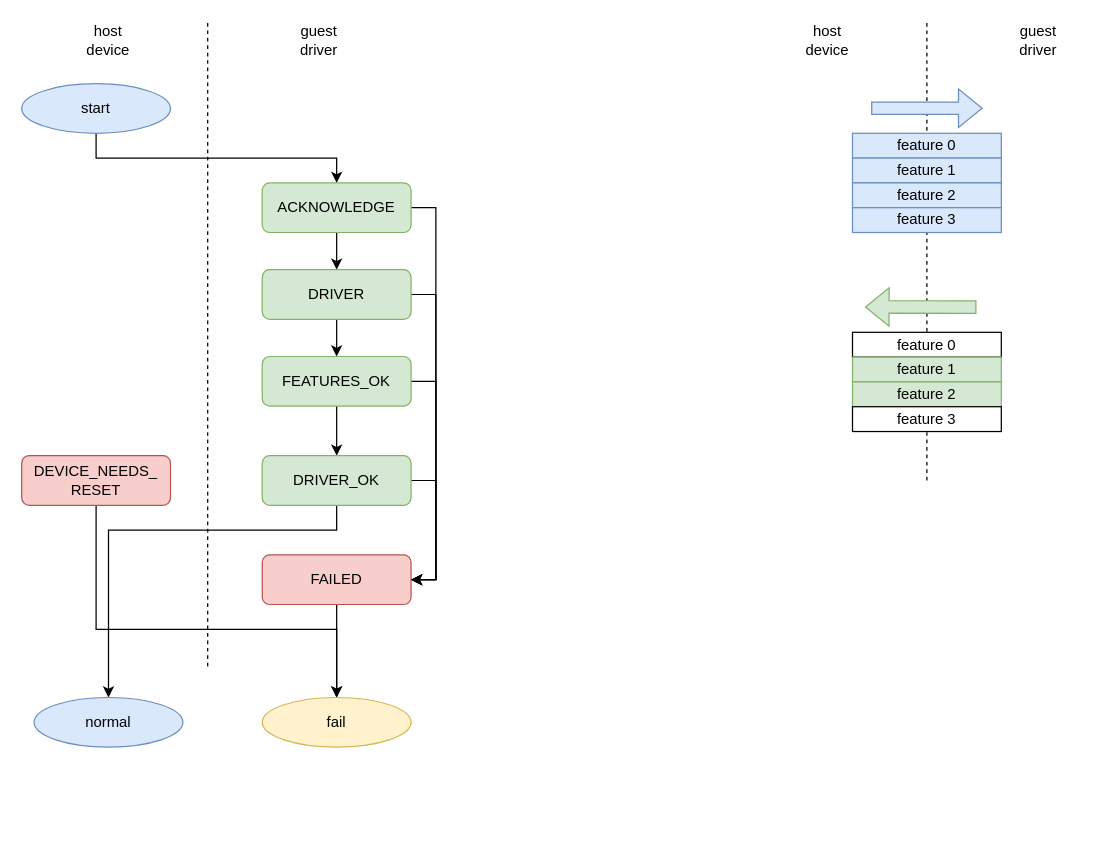
This is doc/pic/virtio-spec.drawio from AlanoSong/virtio-spec-zh, a draw.io file, before an edit. Source tidied: cells renumbered, new cells numbered last; positions are measured from the earlier drawing's top-left corner, leaving out a move shared by most shapes. Both pictures are drawn from the tidied source at 124%, with x=0, y=0 at pixel (21, 21).
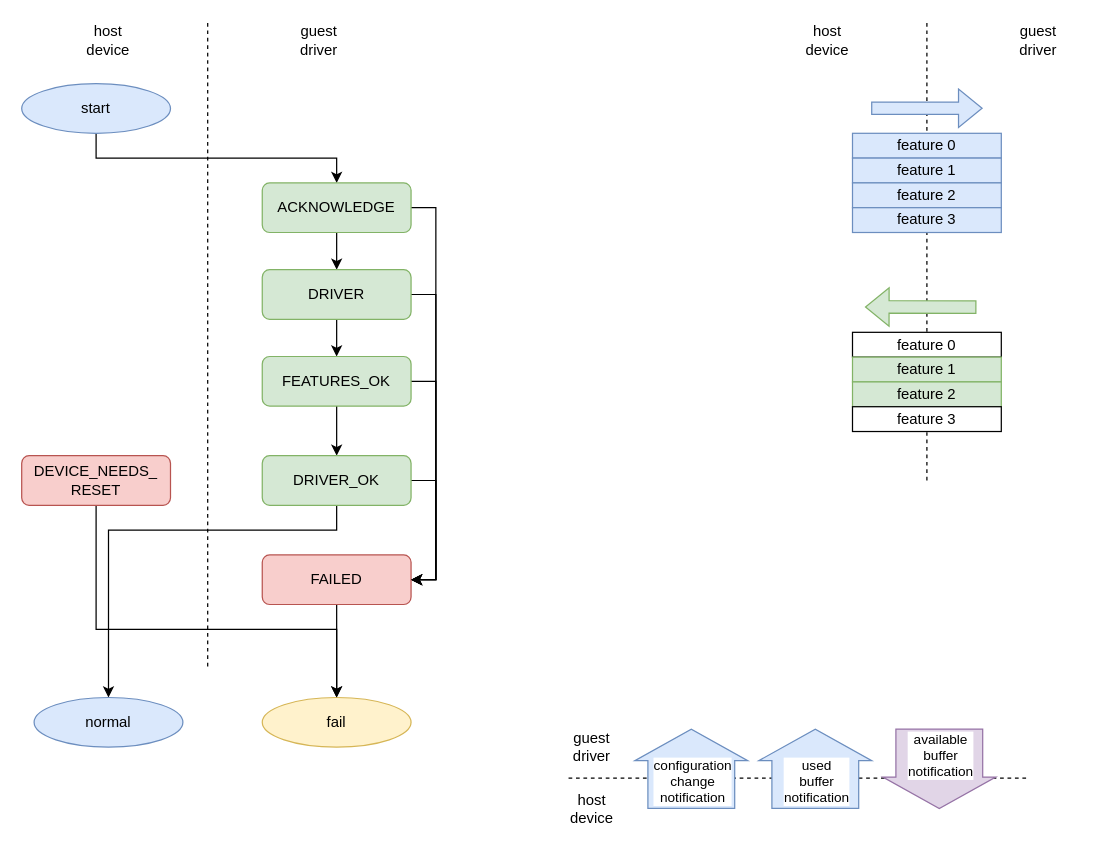
The same page after the edit.

Diff of the diagram source:
```diff
@@
+    <mxCell id="38" style="endArrow=none;dashed=1;html=1;rounded=0;" parent="1" edge="1">
+      <mxGeometry relative="1" as="geometry">
+        <mxPoint x="810" y="610" as="sourcePoint" />
+        <mxPoint x="440" y="610" as="targetPoint" />
+      </mxGeometry>
+    </mxCell>
+    <mxCell id="39" value="host device" style="text;html=1;whiteSpace=wrap;strokeColor=none;fillColor=none;align=center;verticalAlign=middle;rounded=0;" parent="1" vertex="1">
+      <mxGeometry x="430" y="620" width="60" height="30" as="geometry" />
+    </mxCell>
+    <mxCell id="40" value="guest driver" style="text;html=1;whiteSpace=wrap;strokeColor=none;fillColor=none;align=center;verticalAlign=middle;rounded=0;" parent="1" vertex="1">
+      <mxGeometry x="430" y="570" width="60" height="30" as="geometry" />
+    </mxCell>
+    <mxCell id="41" style="shape=flexArrow;endArrow=classic;html=1;rounded=0;fillColor=#dae8fc;width=70;endSize=8.126666666666667;strokeColor=#6c8ebf;" parent="1" edge="1">
+      <mxGeometry relative="1" as="geometry">
+        <mxPoint x="540" y="635" as="sourcePoint" />
+        <mxPoint x="540" y="570" as="targetPoint" />
+      </mxGeometry>
+    </mxCell>
+    <mxCell id="42" value="configuration&lt;div&gt;change&lt;/div&gt;&lt;div&gt;notification&lt;/div&gt;" style="edgeLabel;html=1;align=center;verticalAlign=middle;" parent="41" vertex="1">
+      <mxGeometry x="-0.31" relative="1" as="geometry">
+        <mxPoint y="-1" as="offset" />
+      </mxGeometry>
+    </mxCell>
+    <mxCell id="43" style="shape=flexArrow;endArrow=classic;html=1;rounded=0;fillColor=#dae8fc;width=70;endSize=8.126666666666667;strokeColor=#6c8ebf;" parent="1" edge="1">
+      <mxGeometry relative="1" as="geometry">
+        <mxPoint x="640" y="635" as="sourcePoint" />
+        <mxPoint x="640" y="570" as="targetPoint" />
+      </mxGeometry>
+    </mxCell>
+    <mxCell id="44" value="used&lt;div&gt;buffer&lt;/div&gt;&lt;div&gt;notification&lt;/div&gt;" style="edgeLabel;html=1;align=center;verticalAlign=middle;" parent="43" vertex="1">
+      <mxGeometry x="-0.31" relative="1" as="geometry">
+        <mxPoint y="-1" as="offset" />
+      </mxGeometry>
+    </mxCell>
+    <mxCell id="45" style="shape=flexArrow;endArrow=classic;html=1;rounded=0;fillColor=#e1d5e7;width=70;endSize=8.126666666666667;strokeColor=#9673a6;" parent="1" edge="1">
+      <mxGeometry relative="1" as="geometry">
+        <mxPoint x="740" y="570" as="sourcePoint" />
+        <mxPoint x="740" y="635" as="targetPoint" />
+      </mxGeometry>
+    </mxCell>
+    <mxCell id="46" value="available&lt;div&gt;buffer&lt;/div&gt;&lt;div&gt;notification&lt;/div&gt;" style="edgeLabel;html=1;align=center;verticalAlign=middle;" parent="45" vertex="1">
+      <mxGeometry x="-0.31" relative="1" as="geometry">
+        <mxPoint y="-1" as="offset" />
+      </mxGeometry>
+    </mxCell>
```
